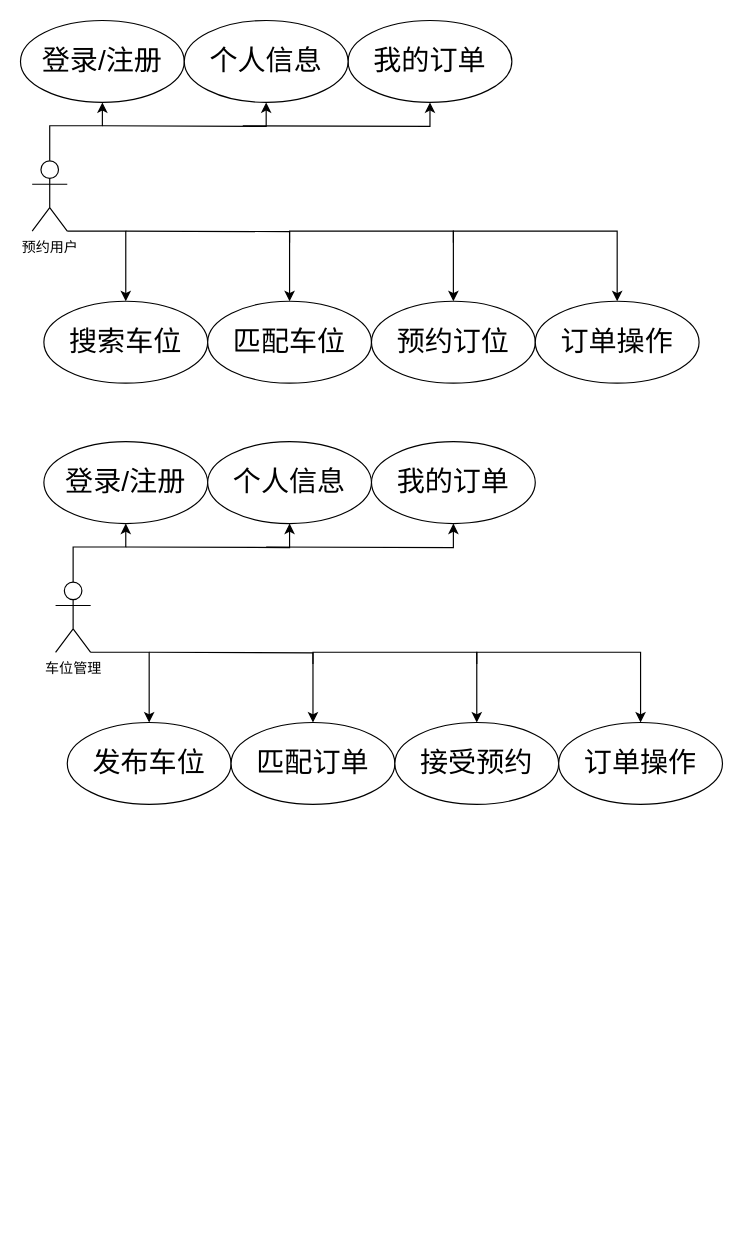
This is Untitled Diagram.drawio from nggegeya/fight, a draw.io file, before an edit. Source tidied: cells renumbered, new cells numbered last; positions are measured from the earlier drawing's top-left corner, leaving out a move shared by most shapes. Both pictures are drawn from the tidied source at 117%, with x=0, y=0 at pixel (20, 20).
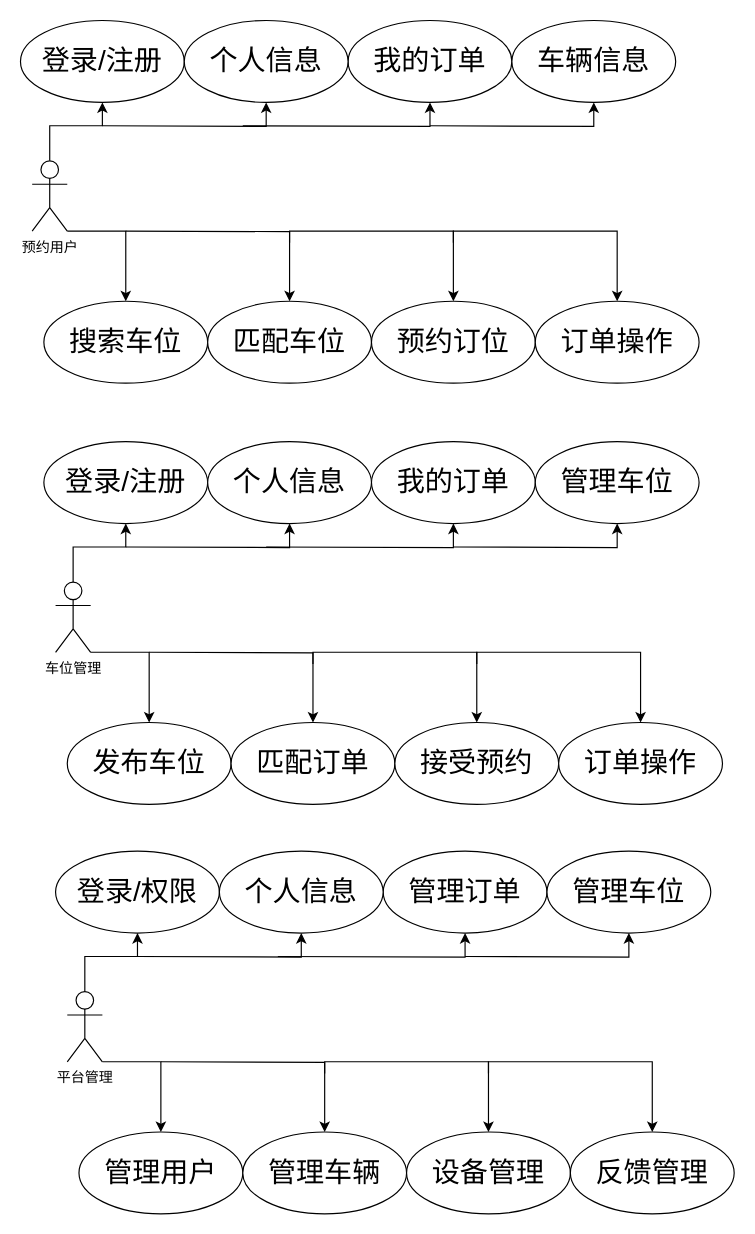
Above is the later version.

The edit, as a diff of the source:
```diff
@@
+    <mxCell id="32" value="管理车位" style="ellipse;whiteSpace=wrap;html=1;fontSize=24;" parent="1" vertex="1">
+      <mxGeometry x="440" y="360" width="140" height="70" as="geometry" />
+    </mxCell>
+    <mxCell id="33" style="edgeStyle=orthogonalEdgeStyle;rounded=0;jettySize=auto;html=1;fontSize=24;entryX=0.5;entryY=1;entryDx=0;entryDy=0;" parent="1" edge="1" target="32">
+      <mxGeometry relative="1" as="geometry">
+        <mxPoint x="370" y="450" as="sourcePoint" />
+      </mxGeometry>
+    </mxCell>
+    <mxCell id="34" value="车辆信息" style="ellipse;whiteSpace=wrap;html=1;fontSize=24;" parent="1" vertex="1">
+      <mxGeometry x="420" width="140" height="70" as="geometry" />
+    </mxCell>
+    <mxCell id="35" style="edgeStyle=orthogonalEdgeStyle;rounded=0;jettySize=auto;html=1;fontSize=24;entryX=0.5;entryY=1;entryDx=0;entryDy=0;" parent="1" edge="1" target="34">
+      <mxGeometry relative="1" as="geometry">
+        <mxPoint x="350" y="90" as="sourcePoint" />
+      </mxGeometry>
+    </mxCell>
+    <mxCell id="36" style="edgeStyle=orthogonalEdgeStyle;rounded=0;jettySize=auto;html=1;" parent="1" edge="1" source="39" target="42">
+      <mxGeometry relative="1" as="geometry">
+        <Array as="points">
+          <mxPoint x="55" y="800" />
+          <mxPoint x="100" y="800" />
+        </Array>
+      </mxGeometry>
+    </mxCell>
+    <mxCell id="37" style="edgeStyle=orthogonalEdgeStyle;rounded=0;jettySize=auto;html=1;fontSize=18;" parent="1" edge="1" target="43">
+      <mxGeometry relative="1" as="geometry">
+        <mxPoint x="100" y="800" as="sourcePoint" />
+      </mxGeometry>
+    </mxCell>
+    <mxCell id="38" style="edgeStyle=orthogonalEdgeStyle;rounded=0;jettySize=auto;html=1;fontSize=18;entryX=0.5;entryY=0;entryDx=0;entryDy=0;" parent="1" edge="1" source="39" target="44">
+      <mxGeometry relative="1" as="geometry">
+        <Array as="points">
+          <mxPoint x="120" y="890" />
+        </Array>
+      </mxGeometry>
+    </mxCell>
+    <mxCell id="39" value="平台管理" style="shape=umlActor;verticalLabelPosition=bottom;verticalAlign=top;html=1;" parent="1" vertex="1">
+      <mxGeometry x="40" y="830" width="30" height="60" as="geometry" />
+    </mxCell>
+    <mxCell id="40" style="edgeStyle=orthogonalEdgeStyle;rounded=0;jettySize=auto;html=1;fontSize=24;" parent="1" edge="1" target="41">
+      <mxGeometry relative="1" as="geometry">
+        <mxPoint x="220" y="800" as="sourcePoint" />
+      </mxGeometry>
+    </mxCell>
+    <mxCell id="41" value="管理订单" style="ellipse;whiteSpace=wrap;html=1;fontSize=24;" parent="1" vertex="1">
+      <mxGeometry x="310" y="710" width="140" height="70" as="geometry" />
+    </mxCell>
+    <mxCell id="42" value="登录/权限" style="ellipse;whiteSpace=wrap;html=1;fontSize=24;" parent="1" vertex="1">
+      <mxGeometry x="30" y="710" width="140" height="70" as="geometry" />
+    </mxCell>
+    <mxCell id="43" value="个人信息" style="ellipse;whiteSpace=wrap;html=1;fontSize=24;" parent="1" vertex="1">
+      <mxGeometry x="170" y="710" width="140" height="70" as="geometry" />
+    </mxCell>
+    <mxCell id="44" value="管理用户" style="ellipse;whiteSpace=wrap;html=1;fontSize=24;" parent="1" vertex="1">
+      <mxGeometry x="50" y="950" width="140" height="70" as="geometry" />
+    </mxCell>
+    <mxCell id="45" value="管理车辆" style="ellipse;whiteSpace=wrap;html=1;fontSize=24;" parent="1" vertex="1">
+      <mxGeometry x="190" y="950" width="140" height="70" as="geometry" />
+    </mxCell>
+    <mxCell id="46" value="设备管理" style="ellipse;whiteSpace=wrap;html=1;fontSize=24;" parent="1" vertex="1">
+      <mxGeometry x="330" y="950" width="140" height="70" as="geometry" />
+    </mxCell>
+    <mxCell id="47" style="edgeStyle=orthogonalEdgeStyle;rounded=0;jettySize=auto;html=1;fontSize=18;entryX=0.5;entryY=0;entryDx=0;entryDy=0;" parent="1" edge="1" target="45">
+      <mxGeometry relative="1" as="geometry">
+        <mxPoint x="120" y="890" as="sourcePoint" />
+      </mxGeometry>
+    </mxCell>
+    <mxCell id="48" style="edgeStyle=orthogonalEdgeStyle;rounded=0;jettySize=auto;html=1;fontSize=18;entryX=0.5;entryY=0;entryDx=0;entryDy=0;" parent="1" edge="1" target="46">
+      <mxGeometry relative="1" as="geometry">
+        <mxPoint x="260" y="900" as="sourcePoint" />
+        <Array as="points">
+          <mxPoint x="260" y="890" />
+          <mxPoint x="400" y="890" />
+        </Array>
+      </mxGeometry>
+    </mxCell>
+    <mxCell id="49" value="反馈管理" style="ellipse;whiteSpace=wrap;html=1;fontSize=24;" parent="1" vertex="1">
+      <mxGeometry x="470" y="950" width="140" height="70" as="geometry" />
+    </mxCell>
+    <mxCell id="50" style="edgeStyle=orthogonalEdgeStyle;rounded=0;orthogonalLoop=1;jettySize=auto;html=1;fontSize=18;entryX=0.5;entryY=0;entryDx=0;entryDy=0;" parent="1" edge="1">
+      <mxGeometry relative="1" as="geometry">
+        <mxPoint x="400" y="900" as="sourcePoint" />
+        <mxPoint x="540" y="950" as="targetPoint" />
+        <Array as="points">
+          <mxPoint x="400" y="890" />
+          <mxPoint x="540" y="890" />
+        </Array>
+      </mxGeometry>
+    </mxCell>
+    <mxCell id="51" value="管理车位" style="ellipse;whiteSpace=wrap;html=1;fontSize=24;" parent="1" vertex="1">
+      <mxGeometry x="450" y="710" width="140" height="70" as="geometry" />
+    </mxCell>
+    <mxCell id="52" style="edgeStyle=orthogonalEdgeStyle;rounded=0;jettySize=auto;html=1;fontSize=24;entryX=0.5;entryY=1;entryDx=0;entryDy=0;" parent="1" edge="1" target="51">
+      <mxGeometry relative="1" as="geometry">
+        <mxPoint x="380" y="800" as="sourcePoint" />
+      </mxGeometry>
+    </mxCell>
```
